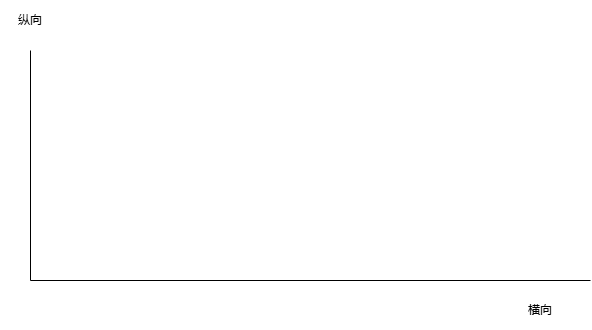
headtrain/yx_diagrams keeps this draw.io diagram as test.drawio.png. Above is the earlier version. Source tidied: cells renumbered, new cells last; positions are measured from the earlier drawing's top-left corner, leaving out a move shared by most shapes. The source it was exported from:
```xml
<mxGraphModel>
  <root>
    <mxCell id="0" />
    <mxCell id="1" parent="0" />
    <mxCell id="2" style="endArrow=none;html=1;rounded=0;" parent="1" edge="1">
      <mxGeometry relative="1" as="geometry">
        <mxPoint x="30" y="280" as="sourcePoint" />
        <mxPoint x="30" y="50" as="targetPoint" />
      </mxGeometry>
    </mxCell>
    <mxCell id="3" style="endArrow=none;html=1;rounded=0;" parent="1" edge="1">
      <mxGeometry relative="1" as="geometry">
        <mxPoint x="30" y="280" as="sourcePoint" />
        <mxPoint x="590" y="280" as="targetPoint" />
      </mxGeometry>
    </mxCell>
    <mxCell id="4" value="横向" style="whiteSpace=wrap;html=1;strokeColor=none;" parent="1" vertex="1">
      <mxGeometry x="510" y="290" width="60" height="40" as="geometry" />
    </mxCell>
    <mxCell id="5" value="纵向" style="whiteSpace=wrap;html=1;strokeColor=none;" parent="1" vertex="1">
      <mxGeometry width="60" height="40" as="geometry" />
    </mxCell>
  </root>
</mxGraphModel>
```
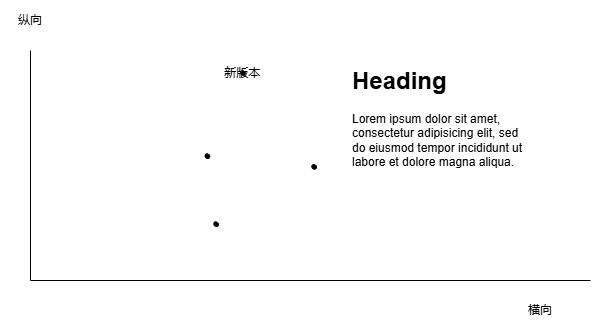
Later version of the same file.

Change to the diagram source:
```diff
@@ -20,5 +20,20 @@
     <mxCell id="5" value="纵向" style="whiteSpace=wrap;html=1;strokeColor=none;" parent="1" vertex="1">
       <mxGeometry width="60" height="40" as="geometry" />
     </mxCell>
+    <mxCell id="6" value="新版本" style="shape=(stored shape, 640 characters);lineShape=1;strokeColor=default;" parent="1" vertex="1">
+      <mxGeometry x="240" y="70" width="4.7" height="4.7" as="geometry" />
+    </mxCell>
+    <mxCell id="7" style="shape=(stored shape, 640 characters);lineShape=1;strokeColor=default;" parent="1" vertex="1">
+      <mxGeometry x="204.5" y="153.2" width="4.7" height="4.7" as="geometry" />
+    </mxCell>
+    <mxCell id="8" style="shape=(stored shape, 640 characters);lineShape=1;strokeColor=default;" parent="1" vertex="1">
+      <mxGeometry x="213.2" y="221.2" width="4.7" height="4.7" as="geometry" />
+    </mxCell>
+    <mxCell id="9" style="shape=(stored shape, 640 characters);lineShape=1;strokeColor=default;" parent="1" vertex="1">
+      <mxGeometry x="311.2" y="163.9" width="4.7" height="4.7" as="geometry" />
+    </mxCell>
+    <mxCell id="10" value="&lt;h1 style=&quot;margin-top: 0px;&quot;&gt;Heading&lt;/h1&gt;&lt;p&gt;Lorem ipsum dolor sit amet, consectetur adipisicing elit, sed do eiusmod tempor incididunt ut labore et dolore magna aliqua.&lt;/p&gt;" style="text;html=1;whiteSpace=wrap;overflow=hidden;rounded=0;" parent="1" vertex="1">
+      <mxGeometry x="350" y="60" width="180" height="120" as="geometry" />
+    </mxCell>
   </root>
 </mxGraphModel>
```
